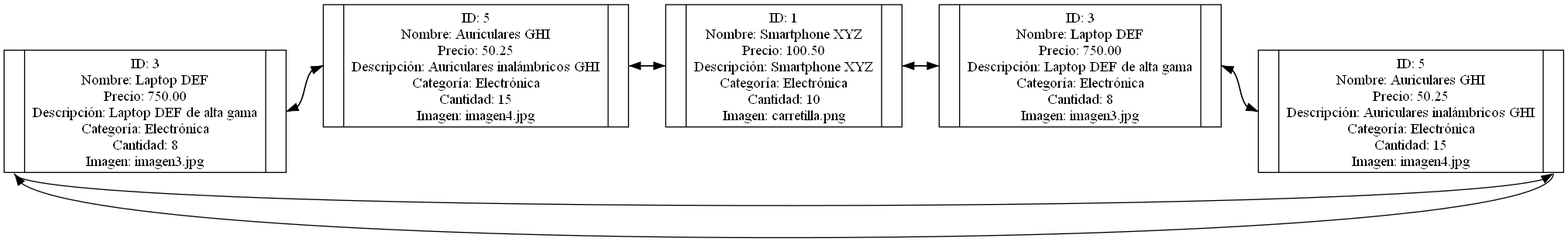
Above: Reportes/ListaCircularDoblementeEnlazada.png in 202300512DanielH/IPC2_ProyectoVJ2024_21 (Graphviz), before the change. Its source is kept beside it as Reportes/ListaCircularDoblementeEnlazada.dot.
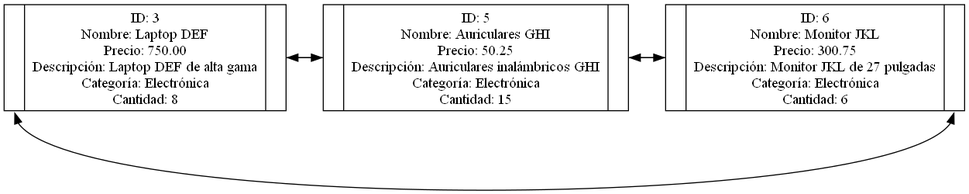
After the change.

The edit, as a diff of the source:
```diff
@@ -1,18 +1,11 @@
 digraph G {
         rankdir=LR;
-        node [shape = record, height = .1];node0 [label = "{<f1>| ID: 3\nNombre: Laptop DEF\nPrecio: 750.00\nDescripción: Laptop DEF de alta gama\nCategoría: Electrónica\nCantidad: 8\nImagen: imagen3.jpg|<f2>}"];
-node1 [label = "{<f1>| ID: 5\nNombre: Auriculares GHI\nPrecio: 50.25\nDescripción: Auriculares inalámbricos GHI\nCategoría: Electrónica\nCantidad: 15\nImagen: imagen4.jpg|<f2>}"];
-node2 [label = "{<f1>| ID: 1\nNombre: Smartphone XYZ\nPrecio: 100.50\nDescripción: Smartphone XYZ\nCategoría: Electrónica\nCantidad: 10\nImagen: carretilla.png|<f2>}"];
-node3 [label = "{<f1>| ID: 3\nNombre: Laptop DEF\nPrecio: 750.00\nDescripción: Laptop DEF de alta gama\nCategoría: Electrónica\nCantidad: 8\nImagen: imagen3.jpg|<f2>}"];
-node4 [label = "{<f1>| ID: 5\nNombre: Auriculares GHI\nPrecio: 50.25\nDescripción: Auriculares inalámbricos GHI\nCategoría: Electrónica\nCantidad: 15\nImagen: imagen4.jpg|<f2>}"];
+        node [shape = record, height = .1]node0 [label = "{<f1>| ID: 3\nNombre: Laptop DEF\nPrecio: 750.00\nDescripción: Laptop DEF de alta gama\nCategoría: Electrónica\nCantidad: 8|<f2>}"];
+node1 [label = "{<f1>| ID: 5\nNombre: Auriculares GHI\nPrecio: 50.25\nDescripción: Auriculares inalámbricos GHI\nCategoría: Electrónica\nCantidad: 15|<f2>}"];
 node0:f2 -> node1:f1;
 node1:f1 -> node0:f2;
+node2 [label = "{<f1>| ID: 6\nNombre: Monitor JKL\nPrecio: 300.75\nDescripción: Monitor JKL de 27 pulgadas\nCategoría: Electrónica\nCantidad: 6|<f2>}"];
 node1:f2 -> node2:f1;
 node2:f1 -> node1:f2;
-node2:f2 -> node3:f1;
-node3:f1 -> node2:f2;
-node3:f2 -> node4:f1;
-node4:f1 -> node3:f2;
-node4:f2 -> node0:f1;
-node0:f1 -> node4:f2;
+node2:f2 -> node0:f1 [dir=both, arrowhead=normal, arrowtail=normal];
 }
```
